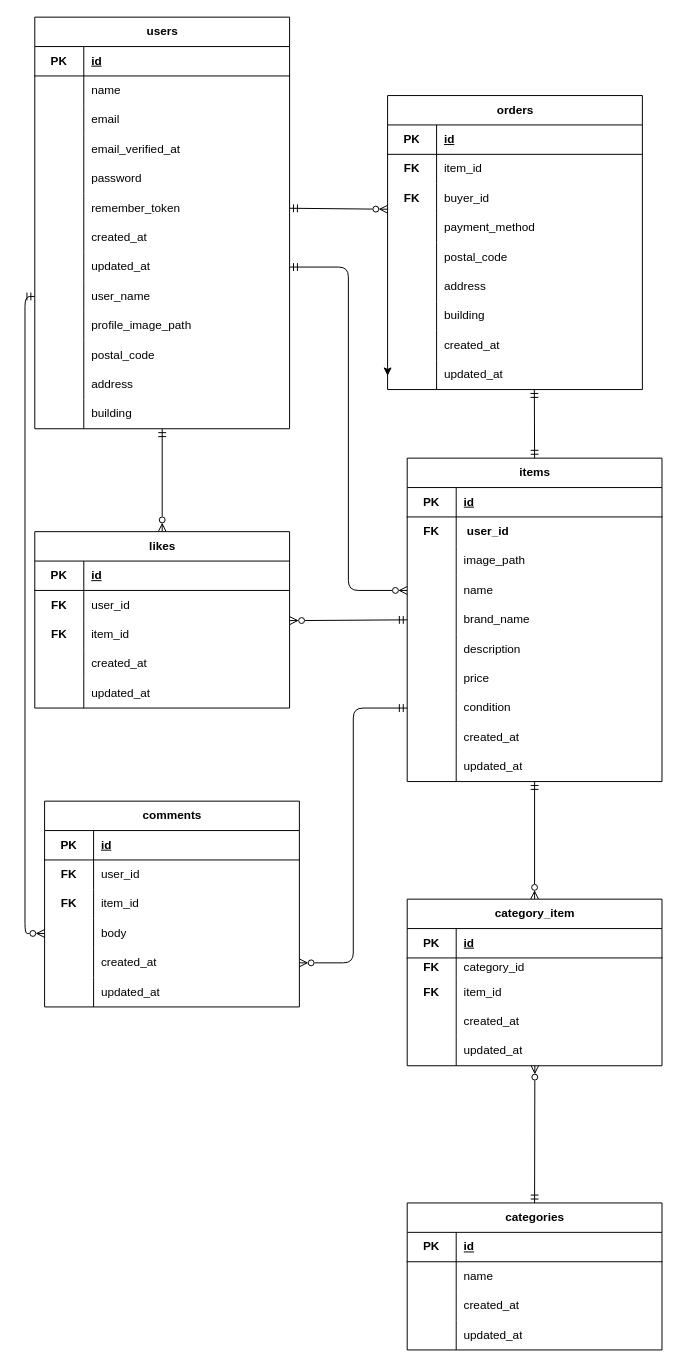
Before: ER図.drawio in yuki-nakagawa-1021/fleamarket, a draw.io diagram. Source tidied: cells renumbered, new cells numbered last; positions are measured from the earlier drawing's top-left corner, leaving out a move shared by most shapes. Both pictures are drawn from the tidied source at 98%, with x=0, y=0 at pixel (34, 17).
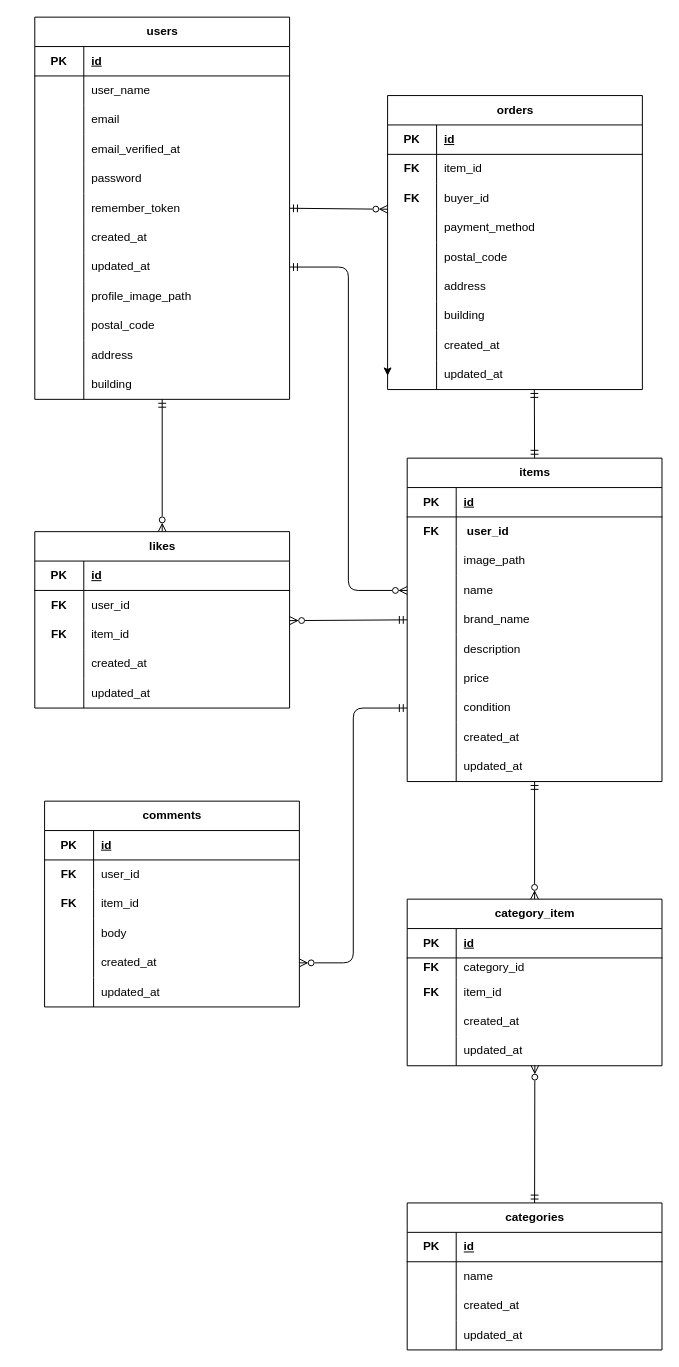
The same page after the edit.

Commit message (it also covers changes not shown here):
バリデーション表示、er図編集

Unchanged cells that the change refers to:
```xml
<mxCell id="7" style="shape=tableRow;horizontal=0;startSize=0;swimlaneHead=0;swimlaneBody=0;fillColor=none;top=0;left=0;right=0;bottom=0;" parent="3" vertex="1">
  <mxGeometry y="60" width="260" height="30" as="geometry" />
</mxCell>
<mxCell id="130" style="shape=tableRow;horizontal=0;startSize=0;swimlaneHead=0;swimlaneBody=0;fillColor=none;points=[[0,0.5],[1,0.5]];portConstraint=eastwest;top=0;left=0;right=0;bottom=0;" parent="120" vertex="1">
  <mxGeometry y="120" width="260" height="30" as="geometry" />
</mxCell>
```

Change to the diagram source:
```diff
@@
     <mxCell id="3" value="users" style="shape=table;startSize=30;childLayout=tableLayout;rowLines=0;fontStyle=1;align=center;html=1;" parent="1" vertex="1">
-      <mxGeometry width="260" height="420" as="geometry" />
+      <mxGeometry width="260" height="390" as="geometry" />
     </mxCell>
@@
-    <mxCell id="9" value="name" style="shape=partialRectangle;fillColor=none;top=0;left=0;bottom=0;right=0;align=left;spacingLeft=6;overflow=hidden;whiteSpace=wrap;html=1;" parent="7" vertex="1">
+    <mxCell id="9" value="user_name" style="shape=partialRectangle;fillColor=none;top=0;left=0;bottom=0;right=0;align=left;spacingLeft=6;overflow=hidden;whiteSpace=wrap;html=1;" parent="7" vertex="1">
       <mxGeometry x="50" width="210" height="30" as="geometry" />
     </mxCell>
@@
-    <mxCell id="28" style="shape=tableRow;horizontal=0;startSize=0;swimlaneHead=0;swimlaneBody=0;fillColor=none;points=[[0,0.5],[1,0.5]];portConstraint=eastwest;top=0;left=0;right=0;bottom=0;" parent="3" vertex="1">
-      <mxGeometry y="270" width="260" height="30" as="geometry" />
-    </mxCell>
-    <mxCell id="29" style="shape=partialRectangle;fillColor=none;top=0;left=0;bottom=0;right=0;overflow=hidden;whiteSpace=wrap;html=1;" parent="28" vertex="1">
-      <mxGeometry width="50" height="30" as="geometry" />
-    </mxCell>
-    <mxCell id="30" value="user_name" style="shape=partialRectangle;fillColor=none;top=0;left=0;bottom=0;right=0;align=left;spacingLeft=6;overflow=hidden;whiteSpace=wrap;html=1;" parent="28" vertex="1">
-      <mxGeometry x="50" width="210" height="30" as="geometry" />
-    </mxCell>
     <mxCell id="31" style="shape=tableRow;horizontal=0;startSize=0;swimlaneHead=0;swimlaneBody=0;fillColor=none;top=0;left=0;right=0;bottom=0;" parent="3" vertex="1">
-      <mxGeometry y="300" width="260" height="30" as="geometry" />
+      <mxGeometry y="270" width="260" height="30" as="geometry" />
     </mxCell>
@@
     <mxCell id="34" style="shape=tableRow;horizontal=0;startSize=0;swimlaneHead=0;swimlaneBody=0;fillColor=none;top=0;left=0;right=0;bottom=0;" parent="3" vertex="1">
-      <mxGeometry y="330" width="260" height="30" as="geometry" />
+      <mxGeometry y="300" width="260" height="30" as="geometry" />
     </mxCell>
@@
     <mxCell id="37" style="shape=tableRow;horizontal=0;startSize=0;swimlaneHead=0;swimlaneBody=0;fillColor=none;top=0;left=0;right=0;bottom=0;" parent="3" vertex="1">
-      <mxGeometry y="360" width="260" height="30" as="geometry" />
+      <mxGeometry y="330" width="260" height="30" as="geometry" />
     </mxCell>
@@
     <mxCell id="40" style="shape=tableRow;horizontal=0;startSize=0;swimlaneHead=0;swimlaneBody=0;fillColor=none;top=0;left=0;right=0;bottom=0;" parent="3" vertex="1">
-      <mxGeometry y="390" width="260" height="30" as="geometry" />
+      <mxGeometry y="360" width="260" height="30" as="geometry" />
     </mxCell>
@@
-    <mxCell id="168" style="edgeStyle=orthogonalEdgeStyle;html=1;exitX=0;exitY=0.5;exitDx=0;exitDy=0;entryX=0;entryY=0.5;entryDx=0;entryDy=0;startArrow=ERmandOne;startFill=0;endArrow=ERzeroToMany;endFill=0;" parent="1" edge="1" source="28" target="130">
+    <mxCell id="168" style="edgeStyle=orthogonalEdgeStyle;html=1;exitX=0;exitY=0.5;exitDx=0;exitDy=0;entryX=0;entryY=0.5;entryDx=0;entryDy=0;startArrow=ERmandOne;startFill=0;endArrow=ERzeroToMany;endFill=0;" parent="1" edge="1" target="130">
       <mxGeometry relative="1" as="geometry" />
     </mxCell>
```
